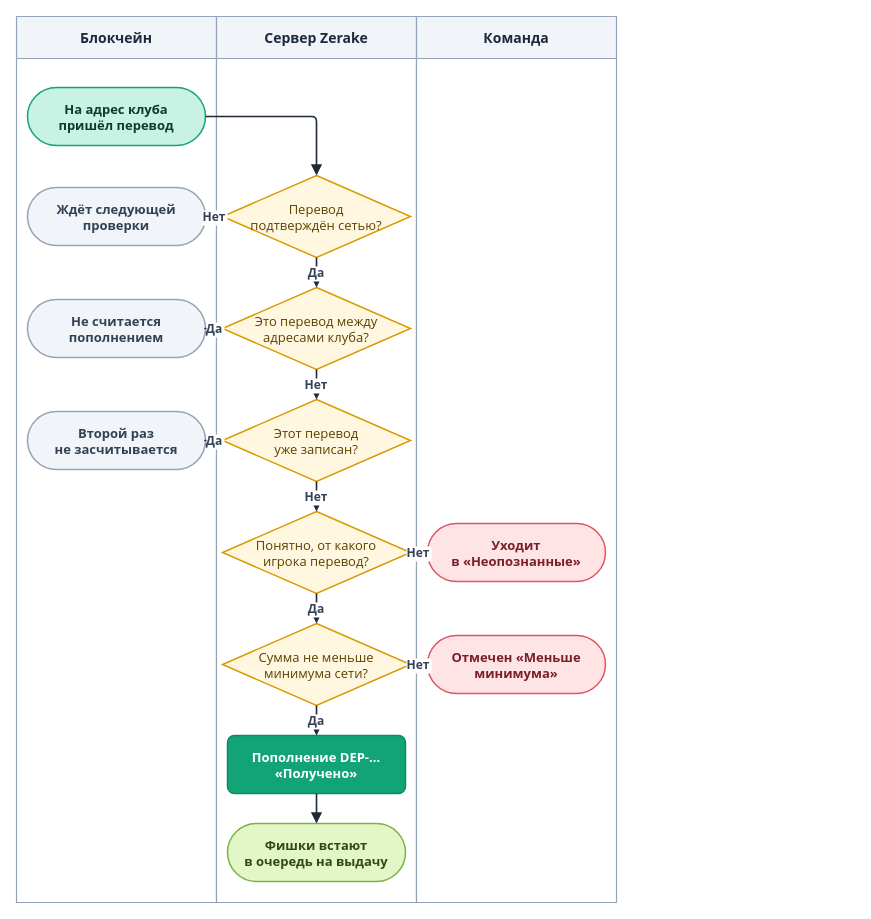
The draw.io diagram diagrams/drawio/detection.drawio in LILSUFFER/zerake-docs, before the edit. Source tidied: cells renumbered, new cells numbered last; positions are measured from the earlier drawing's top-left corner, leaving out a move shared by most shapes. Both pictures are drawn from the tidied source at 100%, with x=0, y=0 at pixel (16, 16).
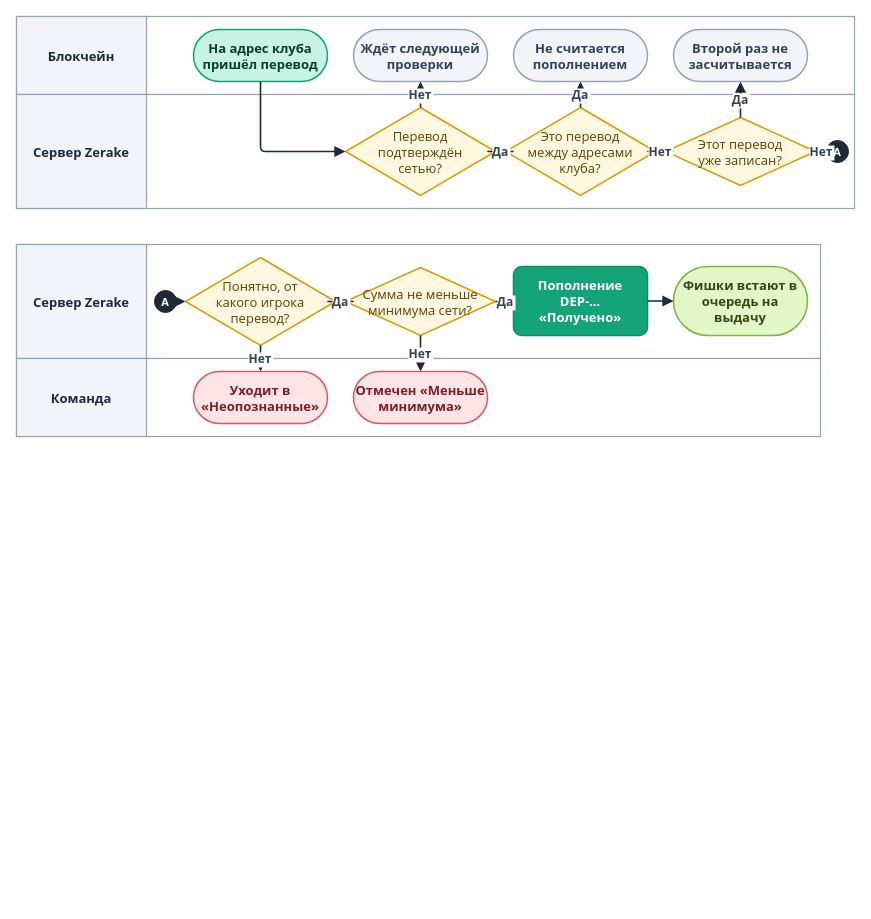
After the change.

The edit, as a diff of the source:
```diff
@@
+    <mxCell id="30" style="rounded=0;html=0;fillColor=#FFFFFF;strokeColor=#94A3B8;strokeWidth=1.2;" parent="1" vertex="1">
+      <mxGeometry width="838" height="78" as="geometry" />
+    </mxCell>
-    <mxCell id="2" value="Блокчейн" style="swimlane;horizontal=1;startSize=42;fillColor=#F1F4F9;swimlaneFillColor=#FFFFFF;strokeColor=#94A3B8;fontColor=#1E293B;fontStyle=1;fontSize=14;fontFamily=Segoe UI;strokeWidth=1.2;" parent="1" vertex="1">
-      <mxGeometry width="200" height="886" as="geometry" />
+    <mxCell id="2" value="Блокчейн" style="rounded=0;html=0;fillColor=#F1F4F9;strokeColor=#94A3B8;strokeWidth=1.2;fontColor=#1E293B;fontStyle=1;fontSize=13;fontFamily=Segoe UI;align=center;verticalAlign=middle;" parent="1" vertex="1">
+      <mxGeometry width="130" height="78" as="geometry" />
     </mxCell>
-    <mxCell id="3" value="Сервер Zerake" style="swimlane;horizontal=1;startSize=42;fillColor=#F1F4F9;swimlaneFillColor=#FFFFFF;strokeColor=#94A3B8;fontColor=#1E293B;fontStyle=1;fontSize=14;fontFamily=Segoe UI;strokeWidth=1.2;" parent="1" vertex="1">
-      <mxGeometry x="200" width="200" height="886" as="geometry" />
-    </mxCell>
+    <mxCell id="31" style="rounded=0;html=0;fillColor=#FFFFFF;strokeColor=#94A3B8;strokeWidth=1.2;" parent="1" vertex="1">
+      <mxGeometry y="78" width="838" height="114" as="geometry" />
+    </mxCell>
+    <mxCell id="32" value="Сервер Zerake" style="rounded=0;html=0;fillColor=#F1F4F9;strokeColor=#94A3B8;strokeWidth=1.2;fontColor=#1E293B;fontStyle=1;fontSize=13;fontFamily=Segoe UI;align=center;verticalAlign=middle;" parent="1" vertex="1">
+      <mxGeometry y="78" width="130" height="114" as="geometry" />
+    </mxCell>
+    <mxCell id="33" style="rounded=0;html=0;fillColor=#FFFFFF;strokeColor=#94A3B8;strokeWidth=1.2;" parent="1" vertex="1">
+      <mxGeometry y="228" width="804" height="114" as="geometry" />
+    </mxCell>
+    <mxCell id="34" value="Сервер Zerake" style="rounded=0;html=0;fillColor=#F1F4F9;strokeColor=#94A3B8;strokeWidth=1.2;fontColor=#1E293B;fontStyle=1;fontSize=13;fontFamily=Segoe UI;align=center;verticalAlign=middle;" parent="1" vertex="1">
+      <mxGeometry y="228" width="130" height="114" as="geometry" />
+    </mxCell>
+    <mxCell id="35" style="rounded=0;html=0;fillColor=#FFFFFF;strokeColor=#94A3B8;strokeWidth=1.2;" parent="1" vertex="1">
+      <mxGeometry y="342" width="804" height="78" as="geometry" />
+    </mxCell>
-    <mxCell id="4" value="Команда" style="swimlane;horizontal=1;startSize=42;fillColor=#F1F4F9;swimlaneFillColor=#FFFFFF;strokeColor=#94A3B8;fontColor=#1E293B;fontStyle=1;fontSize=14;fontFamily=Segoe UI;strokeWidth=1.2;" parent="1" vertex="1">
-      <mxGeometry x="400" width="200" height="886" as="geometry" />
+    <mxCell id="4" value="Команда" style="rounded=0;html=0;fillColor=#F1F4F9;strokeColor=#94A3B8;strokeWidth=1.2;fontColor=#1E293B;fontStyle=1;fontSize=13;fontFamily=Segoe UI;align=center;verticalAlign=middle;" parent="1" vertex="1">
+      <mxGeometry y="342" width="130" height="78" as="geometry" />
     </mxCell>
     <mxCell id="5" value="На адрес клуба&#10;пришёл перевод" style="rounded=1;arcSize=50;html=0;fontStyle=1;fillColor=#C7F2E4;strokeColor=#12A477;fontColor=#0B3D2C;fontFamily=Segoe UI;fontSize=13;strokeWidth=1.5;" parent="1" vertex="1">
-      <mxGeometry x="11" y="71" width="178" height="58" as="geometry" />
+      <mxGeometry x="177" y="13" width="134" height="52" as="geometry" />
     </mxCell>
-    <mxCell id="6" value="Перевод&#10;подтверждён сетью?" style="rhombus;html=0;fillColor=#FFF7E0;strokeColor=#D99A00;fontColor=#5C4100;fontFamily=Segoe UI;fontSize=13;strokeWidth=1.5;" parent="1" vertex="1">
-      <mxGeometry x="206" y="159" width="188" height="82" as="geometry" />
+    <mxCell id="6" value="Перевод&#10;подтверждён&#10;сетью?" style="rhombus;html=0;fillColor=#FFF7E0;strokeColor=#D99A00;fontColor=#5C4100;fontFamily=Segoe UI;fontSize=13;strokeWidth=1.5;" parent="1" vertex="1">
+      <mxGeometry x="329" y="91" width="150" height="88" as="geometry" />
     </mxCell>
     <mxCell id="7" value="Ждёт следующей&#10;проверки" style="rounded=1;arcSize=50;html=0;fontStyle=1;fillColor=#F1F5F9;strokeColor=#94A3B8;fontColor=#334155;fontFamily=Segoe UI;fontSize=13;strokeWidth=1.5;" parent="1" vertex="1">
-      <mxGeometry x="11" y="171" width="178" height="58" as="geometry" />
+      <mxGeometry x="337" y="13" width="134" height="52" as="geometry" />
     </mxCell>
-    <mxCell id="8" value="Это перевод между&#10;адресами клуба?" style="rhombus;html=0;fillColor=#FFF7E0;strokeColor=#D99A00;fontColor=#5C4100;fontFamily=Segoe UI;fontSize=13;strokeWidth=1.5;" parent="1" vertex="1">
-      <mxGeometry x="206" y="271" width="188" height="82" as="geometry" />
+    <mxCell id="8" value="Это перевод&#10;между адресами&#10;клуба?" style="rhombus;html=0;fillColor=#FFF7E0;strokeColor=#D99A00;fontColor=#5C4100;fontFamily=Segoe UI;fontSize=13;strokeWidth=1.5;" parent="1" vertex="1">
+      <mxGeometry x="489" y="91" width="150" height="88" as="geometry" />
     </mxCell>
     <mxCell id="9" value="Не считается&#10;пополнением" style="rounded=1;arcSize=50;html=0;fontStyle=1;fillColor=#F1F5F9;strokeColor=#94A3B8;fontColor=#334155;fontFamily=Segoe UI;fontSize=13;strokeWidth=1.5;" parent="1" vertex="1">
-      <mxGeometry x="11" y="283" width="178" height="58" as="geometry" />
+      <mxGeometry x="497" y="13" width="134" height="52" as="geometry" />
     </mxCell>
     <mxCell id="10" value="Этот перевод&#10;уже записан?" style="rhombus;html=0;fillColor=#FFF7E0;strokeColor=#D99A00;fontColor=#5C4100;fontFamily=Segoe UI;fontSize=13;strokeWidth=1.5;" parent="1" vertex="1">
-      <mxGeometry x="206" y="383" width="188" height="82" as="geometry" />
+      <mxGeometry x="649" y="101" width="150" height="68" as="geometry" />
     </mxCell>
-    <mxCell id="11" value="Второй раз&#10;не засчитывается" style="rounded=1;arcSize=50;html=0;fontStyle=1;fillColor=#F1F5F9;strokeColor=#94A3B8;fontColor=#334155;fontFamily=Segoe UI;fontSize=13;strokeWidth=1.5;" parent="1" vertex="1">
-      <mxGeometry x="11" y="395" width="178" height="58" as="geometry" />
+    <mxCell id="11" value="Второй раз не&#10;засчитывается" style="rounded=1;arcSize=50;html=0;fontStyle=1;fillColor=#F1F5F9;strokeColor=#94A3B8;fontColor=#334155;fontFamily=Segoe UI;fontSize=13;strokeWidth=1.5;" parent="1" vertex="1">
+      <mxGeometry x="657" y="13" width="134" height="52" as="geometry" />
     </mxCell>
-    <mxCell id="12" value="Понятно, от какого&#10;игрока перевод?" style="rhombus;html=0;fillColor=#FFF7E0;strokeColor=#D99A00;fontColor=#5C4100;fontFamily=Segoe UI;fontSize=13;strokeWidth=1.5;" parent="1" vertex="1">
-      <mxGeometry x="206" y="495" width="188" height="82" as="geometry" />
+    <mxCell id="12" value="Понятно, от&#10;какого игрока&#10;перевод?" style="rhombus;html=0;fillColor=#FFF7E0;strokeColor=#D99A00;fontColor=#5C4100;fontFamily=Segoe UI;fontSize=13;strokeWidth=1.5;" parent="1" vertex="1">
+      <mxGeometry x="169" y="241" width="150" height="88" as="geometry" />
     </mxCell>
-    <mxCell id="13" value="Уходит&#10;в «Неопознанные»" style="rounded=1;arcSize=50;html=0;fontStyle=1;fillColor=#FFE4E6;strokeColor=#E0565F;fontColor=#7A1F2B;fontFamily=Segoe UI;fontSize=13;strokeWidth=1.5;" parent="1" vertex="1">
-      <mxGeometry x="411" y="507" width="178" height="58" as="geometry" />
+    <mxCell id="13" value="Уходит в&#10;«Неопознанные»" style="rounded=1;arcSize=50;html=0;fontStyle=1;fillColor=#FFE4E6;strokeColor=#E0565F;fontColor=#7A1F2B;fontFamily=Segoe UI;fontSize=13;strokeWidth=1.5;" parent="1" vertex="1">
+      <mxGeometry x="177" y="355" width="134" height="52" as="geometry" />
     </mxCell>
     <mxCell id="14" value="Сумма не меньше&#10;минимума сети?" style="rhombus;html=0;fillColor=#FFF7E0;strokeColor=#D99A00;fontColor=#5C4100;fontFamily=Segoe UI;fontSize=13;strokeWidth=1.5;" parent="1" vertex="1">
-      <mxGeometry x="206" y="607" width="188" height="82" as="geometry" />
+      <mxGeometry x="329" y="251" width="150" height="68" as="geometry" />
     </mxCell>
     <mxCell id="15" value="Отмечен «Меньше&#10;минимума»" style="rounded=1;arcSize=50;html=0;fontStyle=1;fillColor=#FFE4E6;strokeColor=#E0565F;fontColor=#7A1F2B;fontFamily=Segoe UI;fontSize=13;strokeWidth=1.5;" parent="1" vertex="1">
-      <mxGeometry x="411" y="619" width="178" height="58" as="geometry" />
+      <mxGeometry x="337" y="355" width="134" height="52" as="geometry" />
     </mxCell>
-    <mxCell id="16" value="Пополнение DEP-…&#10;«Получено»" style="rounded=1;arcSize=12;html=0;fillColor=#12A477;strokeColor=#0F8A63;fontColor=#FFFFFF;fontStyle=1;fontFamily=Segoe UI;fontSize=13;strokeWidth=1.5;" parent="1" vertex="1">
-      <mxGeometry x="211" y="719" width="178" height="58" as="geometry" />
+    <mxCell id="16" value="Пополнение&#10;DEP-…&#10;«Получено»" style="rounded=1;arcSize=12;html=0;fillColor=#12A477;strokeColor=#0F8A63;fontColor=#FFFFFF;fontStyle=1;fontFamily=Segoe UI;fontSize=13;strokeWidth=1.5;" parent="1" vertex="1">
+      <mxGeometry x="497" y="250" width="134" height="69" as="geometry" />
     </mxCell>
-    <mxCell id="17" value="Фишки встают&#10;в очередь на выдачу" style="rounded=1;arcSize=50;html=0;fontStyle=1;fillColor=#E3F6C8;strokeColor=#7CB342;fontColor=#2F4A12;fontFamily=Segoe UI;fontSize=13;strokeWidth=1.5;" parent="1" vertex="1">
-      <mxGeometry x="211" y="807" width="178" height="58" as="geometry" />
+    <mxCell id="17" value="Фишки встают в&#10;очередь на&#10;выдачу" style="rounded=1;arcSize=50;html=0;fontStyle=1;fillColor=#E3F6C8;strokeColor=#7CB342;fontColor=#2F4A12;fontFamily=Segoe UI;fontSize=13;strokeWidth=1.5;" parent="1" vertex="1">
+      <mxGeometry x="657" y="250" width="134" height="69" as="geometry" />
     </mxCell>
-    <mxCell id="18" style="edgeStyle=orthogonalEdgeStyle;rounded=1;arcSize=10;jettySize=auto;html=0;strokeColor=#1F2937;strokeWidth=1.6;endArrow=block;endFill=1;endSize=7;fontFamily=Segoe UI;fontSize=12;fontStyle=1;fontColor=#334155;labelBackgroundColor=#FFFFFF;" parent="1" edge="1" source="5" target="6">
+    <mxCell id="18" style="edgeStyle=orthogonalEdgeStyle;rounded=1;arcSize=10;jettySize=auto;html=0;strokeColor=#1F2937;strokeWidth=1.6;endArrow=block;endFill=1;endSize=7;fontFamily=Segoe UI;fontSize=12;fontStyle=1;fontColor=#334155;labelBackgroundColor=#FFFFFF;exitX=0.5;exitY=1;entryX=0;entryY=0.5;" parent="1" edge="1" source="5" target="6">
       <mxGeometry relative="1" as="geometry" />
     </mxCell>
@@
+    <mxCell id="36" value="A" style="ellipse;html=0;fillColor=#1F2937;strokeColor=#1F2937;fontColor=#FFFFFF;fontStyle=1;fontSize=11;fontFamily=Segoe UI;" parent="1" vertex="1">
+      <mxGeometry x="810" y="124" width="22" height="22" as="geometry" />
+    </mxCell>
+    <mxCell id="37" value="A" style="ellipse;html=0;fillColor=#1F2937;strokeColor=#1F2937;fontColor=#FFFFFF;fontStyle=1;fontSize=11;fontFamily=Segoe UI;" parent="1" vertex="1">
+      <mxGeometry x="138" y="274" width="22" height="22" as="geometry" />
+    </mxCell>
-    <mxCell id="24" value="Нет" style="edgeStyle=orthogonalEdgeStyle;rounded=1;arcSize=10;jettySize=auto;html=0;strokeColor=#1F2937;strokeWidth=1.6;endArrow=block;endFill=1;endSize=7;fontFamily=Segoe UI;fontSize=12;fontStyle=1;fontColor=#334155;labelBackgroundColor=#FFFFFF;" parent="1" edge="1" source="10" target="12">
+    <mxCell id="24" value="Нет" style="edgeStyle=orthogonalEdgeStyle;rounded=1;arcSize=10;jettySize=auto;html=0;strokeColor=#1F2937;strokeWidth=1.6;endArrow=block;endFill=1;endSize=7;fontFamily=Segoe UI;fontSize=12;fontStyle=1;fontColor=#334155;labelBackgroundColor=#FFFFFF;exitX=1;exitY=0.5;entryX=0;entryY=0.5;" parent="1" edge="1" source="10" target="36">
       <mxGeometry relative="1" as="geometry" />
     </mxCell>
+    <mxCell id="38" style="edgeStyle=orthogonalEdgeStyle;rounded=1;arcSize=10;jettySize=auto;html=0;strokeColor=#1F2937;strokeWidth=1.6;endArrow=block;endFill=1;endSize=7;fontFamily=Segoe UI;fontSize=12;fontStyle=1;fontColor=#334155;labelBackgroundColor=#FFFFFF;exitX=1;exitY=0.5;entryX=0;entryY=0.5;" parent="1" edge="1" source="37" target="12">
+      <mxGeometry relative="1" as="geometry" />
+    </mxCell>
```
